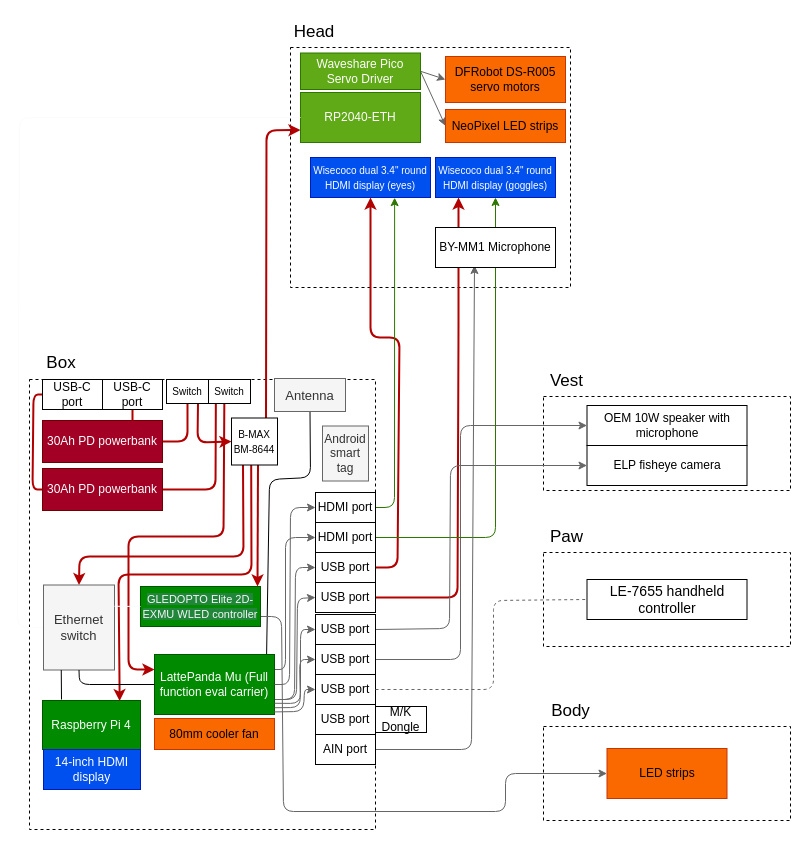
This is Planning/Hardware.drawio from MekhyW/DYNAMO2-Electronic-Fursuit-3.0, a draw.io file, before an edit. Source tidied: cells renumbered, new cells numbered last; positions are measured from the earlier drawing's top-left corner, leaving out a move shared by most shapes. Both pictures are drawn from the tidied source at 100%, with x=0, y=0 at pixel (17, 17).
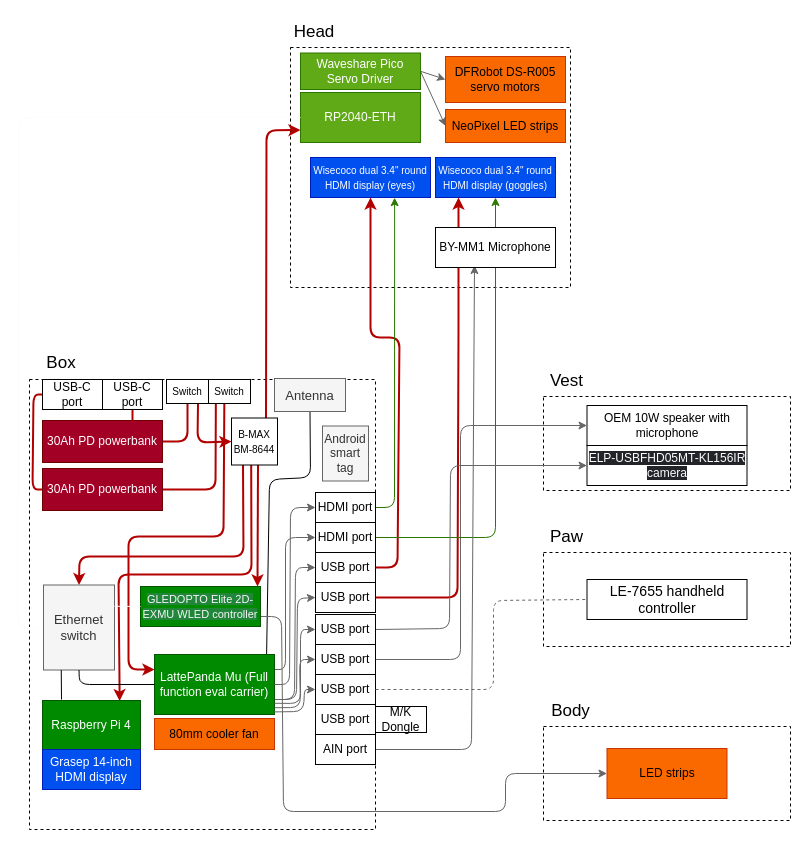
After the change.

Diff of the diagram source:
```diff
@@
-    <mxCell id="54" value="14-inch HDMI display" style="rounded=0;whiteSpace=wrap;html=1;fillColor=#0050ef;fontColor=#ffffff;strokeColor=#001DBC;" parent="1" vertex="1">
-      <mxGeometry x="26" y="732" width="97" height="40" as="geometry" />
+    <mxCell id="54" value="Grasep 14-inch HDMI display" style="rounded=0;whiteSpace=wrap;html=1;fillColor=#0050ef;fontColor=#ffffff;strokeColor=#001DBC;" parent="1" vertex="1">
+      <mxGeometry x="25" y="732" width="98" height="40" as="geometry" />
     </mxCell>
@@
-    <mxCell id="61" value="&lt;font style=&quot;&quot;&gt;ELP fisheye camera&lt;/font&gt;" style="rounded=0;whiteSpace=wrap;html=1;" parent="1" vertex="1">
+    <mxCell id="61" value="&lt;span style=&quot;text-align: start; background-color: rgb(34, 36, 42);&quot;&gt;&lt;font style=&quot;font-size: 12px;&quot; color=&quot;#fcfcfc&quot;&gt;ELP-USBFHD05MT-KL156IR camera&lt;/font&gt;&lt;/span&gt;" style="rounded=0;whiteSpace=wrap;html=1;" parent="1" vertex="1">
       <mxGeometry x="569.5" y="428" width="160" height="40" as="geometry" />
     </mxCell>
```
